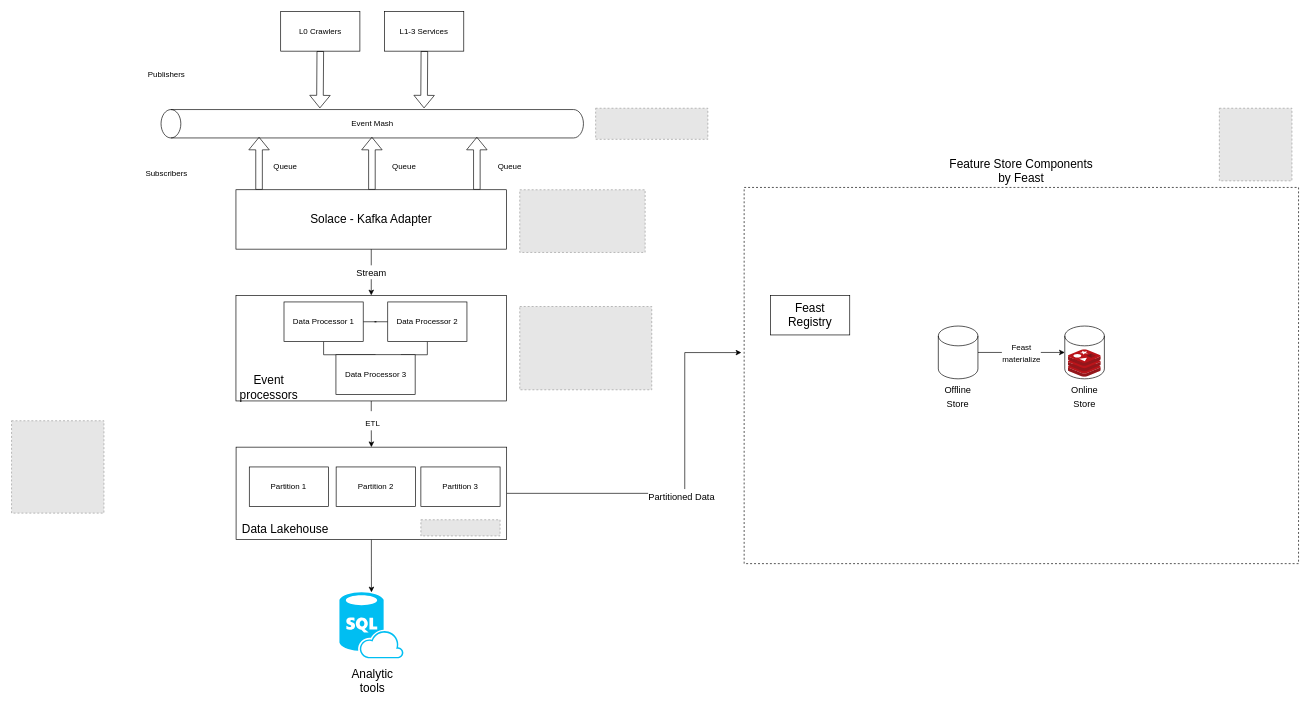
tommy202201/HKJC keeps this draw.io diagram as MLOps.drawio. Above is the earlier version. Source tidied: cells renumbered, new cells numbered last; positions are measured from the earlier drawing's top-left corner, leaving out a move shared by most shapes. Both pictures are drawn from the tidied source at 66%, with x=0, y=0 at pixel (11, -88). Pictures stored in the file or linked from it are replaced by grey dashed boxes.
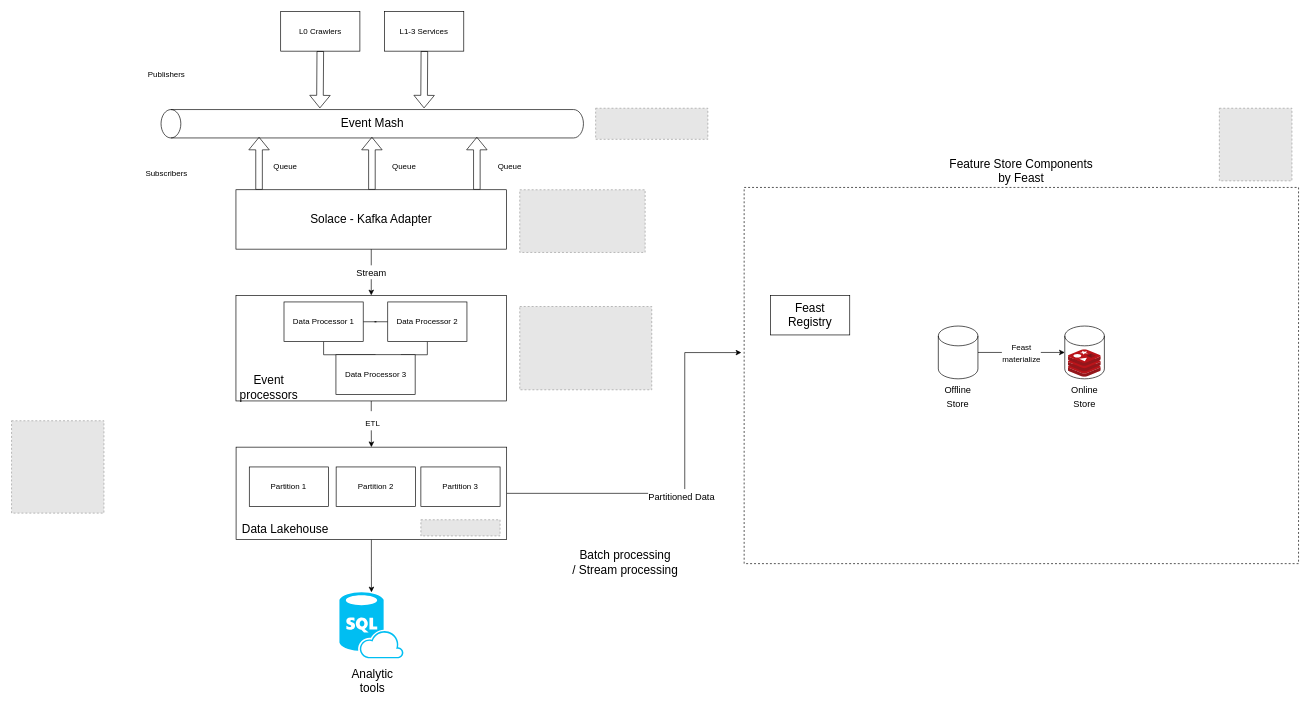
Above is the later version.

The edit, as a diff of the source:
```diff
@@
-    <mxCell id="4" value="Event Mash" style="text;html=1;strokeColor=none;fillColor=none;align=center;verticalAlign=middle;whiteSpace=wrap;rounded=0;" parent="1" vertex="1">
-      <mxGeometry x="510.5" y="307.5" width="72" height="25" as="geometry" />
+    <mxCell id="4" value="&lt;font style=&quot;font-size: 18px;&quot;&gt;Event Mash&lt;/font&gt;" style="text;html=1;strokeColor=none;fillColor=none;align=center;verticalAlign=middle;whiteSpace=wrap;rounded=0;" parent="1" vertex="1">
+      <mxGeometry x="477.2" y="307.5" width="139.5" height="25" as="geometry" />
     </mxCell>
@@
+    <mxCell id="53" value="Batch processing&lt;br&gt;/ Stream processing" style="text;html=1;strokeColor=none;fillColor=none;align=center;verticalAlign=middle;whiteSpace=wrap;rounded=0;fontSize=18;" parent="1" vertex="1">
+      <mxGeometry x="830" y="970" width="200" height="30" as="geometry" />
+    </mxCell>
```
